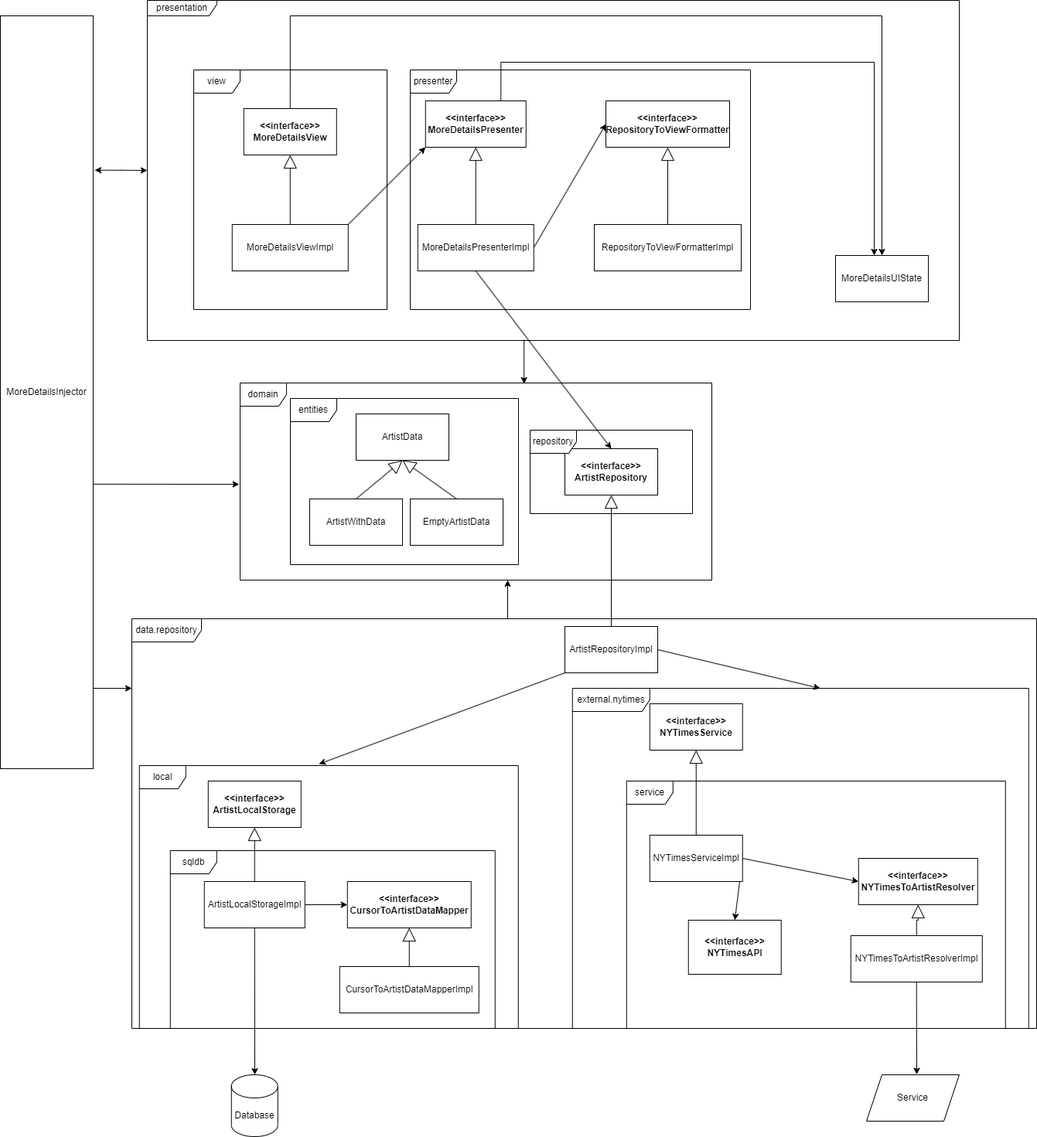
elagarrigue/AyDS23-NewYork2 keeps this draw.io diagram as docs/Diagrama entrega 3.png. Above is the earlier version. Source tidied: cells renumbered, new cells last; positions are measured from the earlier drawing's top-left corner, leaving out a move shared by most shapes.
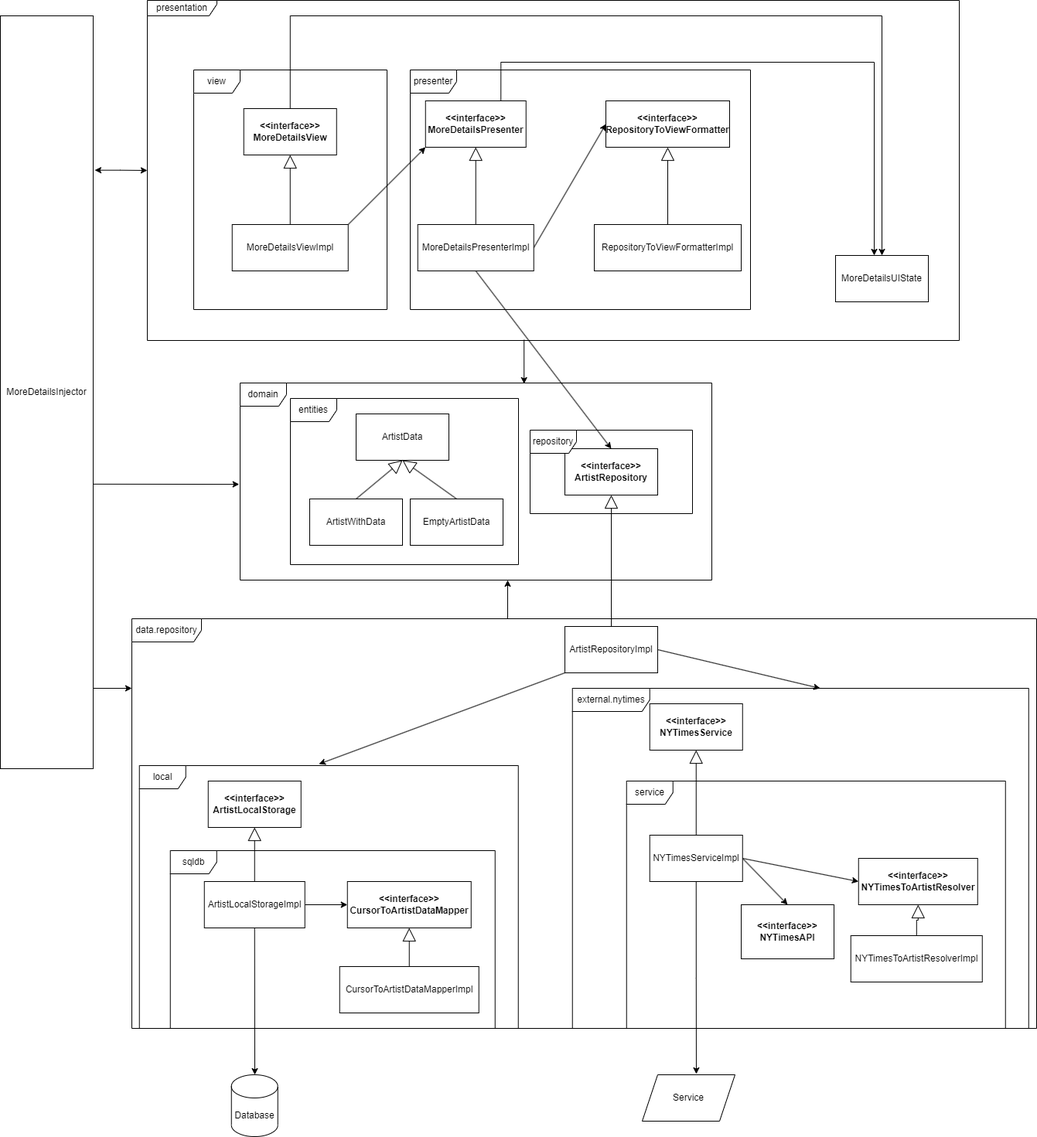
Above is the later version.

Commit message:
Mini fix diagrama.

Diff of the diagram source:
```diff
@@ -58,19 +58,20 @@
       <mxGeometry x="839.8" y="910" width="120" height="60" as="geometry" />
     </mxCell>
     <mxCell id="19" value="&amp;lt;&amp;lt;interface&amp;gt;&amp;gt;&lt;br&gt;NYTimesAPI" style="rounded=0;whiteSpace=wrap;html=1;fontStyle=1;" parent="1" vertex="1">
-      <mxGeometry x="889.8" y="1190" width="120" height="70" as="geometry" />
+      <mxGeometry x="958" y="1170" width="120" height="70" as="geometry" />
     </mxCell>
     <mxCell id="20" style="rounded=0;jettySize=auto;html=1;endArrow=block;endFill=0;startSize=6;endSize=15;" parent="1" edge="1" source="23" target="18">
       <mxGeometry relative="1" as="geometry" />
     </mxCell>
-    <mxCell id="21" style="rounded=0;jettySize=auto;html=1;exitX=1;exitY=0.5;exitDx=0;exitDy=0;" parent="1" edge="1" source="23">
-      <mxGeometry relative="1" as="geometry">
-        <mxPoint x="949.8" y="1190" as="targetPoint" />
-      </mxGeometry>
+    <mxCell id="21" style="rounded=0;jettySize=auto;html=1;exitX=1;exitY=0.5;exitDx=0;exitDy=0;entryX=0.5;entryY=0;entryDx=0;entryDy=0;" parent="1" edge="1" source="23" target="19">
+      <mxGeometry relative="1" as="geometry" />
     </mxCell>
     <mxCell id="22" style="rounded=0;jettySize=auto;html=1;exitX=1;exitY=0.5;exitDx=0;exitDy=0;entryX=0;entryY=0.5;entryDx=0;entryDy=0;" parent="1" edge="1" source="23" target="24">
       <mxGeometry relative="1" as="geometry" />
     </mxCell>
+    <mxCell id="64" style="edgeStyle=orthogonalEdgeStyle;rounded=0;jettySize=auto;html=1;exitX=0.5;exitY=1;exitDx=0;exitDy=0;entryX=0.583;entryY=-0.017;entryDx=0;entryDy=0;entryPerimeter=0;" parent="1" edge="1" source="23" target="62">
+      <mxGeometry relative="1" as="geometry" />
+    </mxCell>
     <mxCell id="23" value="NYTimesServiceImpl" style="rounded=0;whiteSpace=wrap;html=1;" parent="1" vertex="1">
       <mxGeometry x="839.8" y="1080" width="120" height="60" as="geometry" />
     </mxCell>
@@ -80,9 +81,6 @@
     <mxCell id="25" style="edgeStyle=orthogonalEdgeStyle;rounded=0;jettySize=auto;html=1;endArrow=block;endFill=0;startSize=6;endSize=15;" parent="1" edge="1" source="27" target="24">
       <mxGeometry relative="1" as="geometry" />
     </mxCell>
-    <mxCell id="26" style="edgeStyle=orthogonalEdgeStyle;rounded=0;jettySize=auto;html=1;exitX=0.5;exitY=1;exitDx=0;exitDy=0;entryX=0.542;entryY=-0.007;entryDx=0;entryDy=0;entryPerimeter=0;" parent="1" edge="1" source="27" target="62">
-      <mxGeometry relative="1" as="geometry" />
-    </mxCell>
     <mxCell id="27" value="NYTimesToArtistResolverImpl" style="rounded=0;whiteSpace=wrap;html=1;gradientColor=none;glass=0;fontStyle=0;" parent="1" vertex="1">
       <mxGeometry x="1099.8" y="1210" width="170" height="60" as="geometry" />
     </mxCell>
@@ -207,7 +205,7 @@
       <mxGeometry x="298.8" y="1390" width="60" height="80" as="geometry" />
     </mxCell>
     <mxCell id="62" value="Service" style="shape=parallelogram;perimeter=parallelogramPerimeter;whiteSpace=wrap;html=1;fixedSize=1;" parent="1" vertex="1">
-      <mxGeometry x="1120" y="1390" width="120" height="60" as="geometry" />
+      <mxGeometry x="830" y="1390" width="120" height="60" as="geometry" />
     </mxCell>
     <mxCell id="63" style="endArrow=classic;html=1;rounded=0;exitX=0.5;exitY=1;exitDx=0;exitDy=0;" parent="1" edge="1" source="14">
       <mxGeometry relative="1" as="geometry">
```
